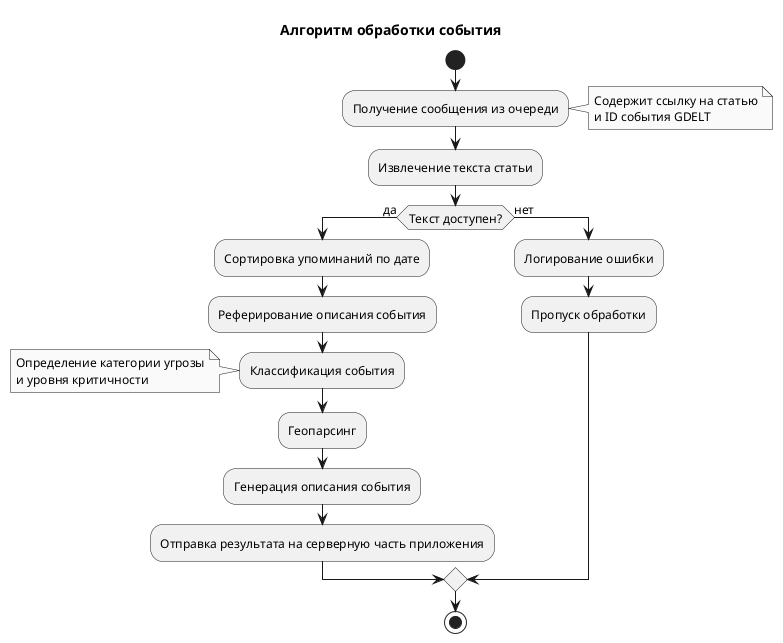
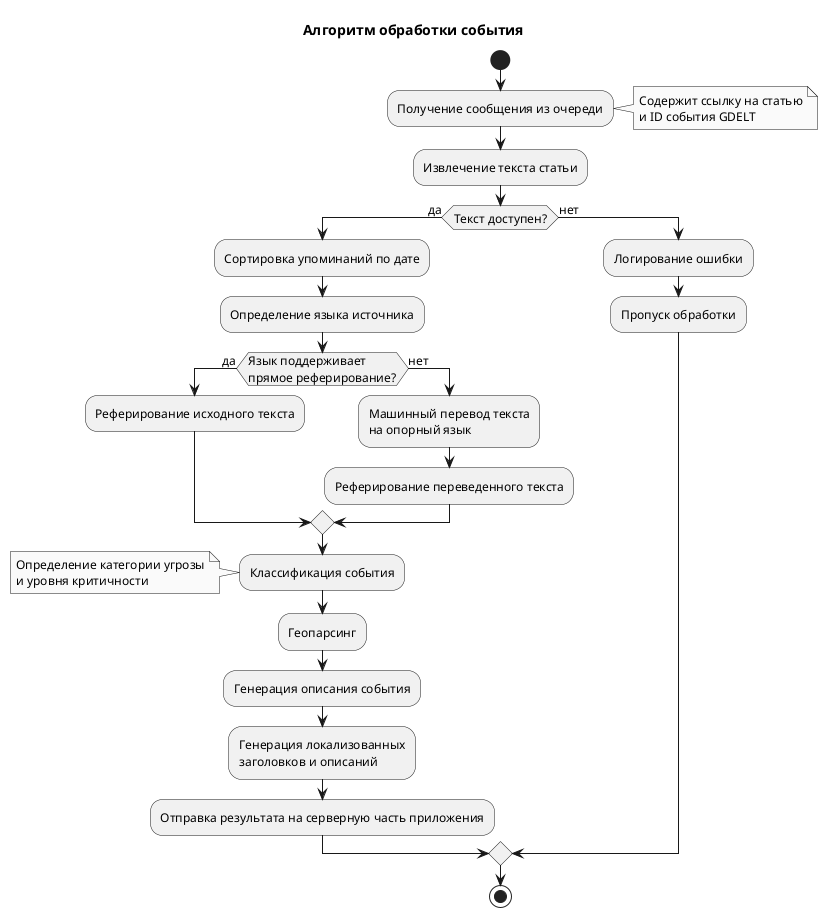
@startuml analyzer_flow
skinparam monochrome true
skinparam shadowing false
skinparam defaultFontName "Verdana"
skinparam defaultFontSize 12

title Алгоритм обработки события

start

:Получение сообщения из очереди;
note right: Содержит ссылку на статью\nи ID события GDELT

:Извлечение текста статьи;
if (Текст доступен?) then (да)
  :Сортировка упоминаний по дате;
-   :Реферирование описания события;
+   :Определение языка источника;
+   if (Язык поддерживает\nпрямое реферирование?) then (да)
+     :Реферирование исходного текста;
+   else (нет)
+     :Машинный перевод текста\nна опорный язык;
+     :Реферирование переведенного текста;
+   endif
  :Классификация события;
  note left: Определение категории угрозы\nи уровня критичности

  :Геопарсинг;
  :Генерация описания события;
+   :Генерация локализованных\nзаголовков и описаний;

  :Отправка результата на серверную часть приложения;
else (нет)
  :Логирование ошибки;
  :Пропуск обработки;
endif

stop
@enduml
